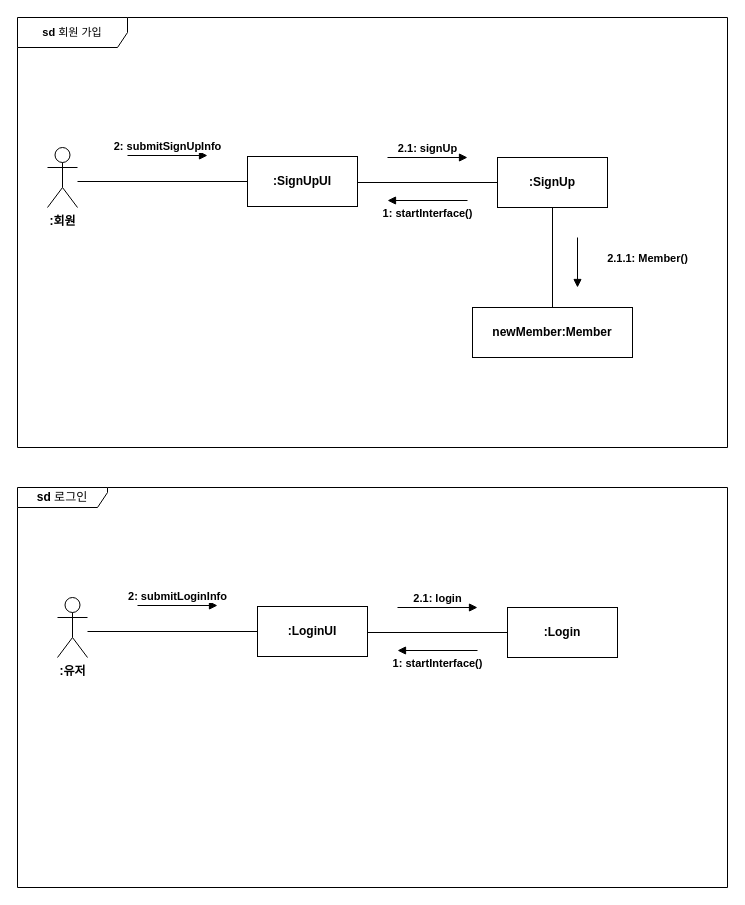
Above: HW2-1/communication diagram.drawio in hoyun06/2025-hongik-se-hw-2 (draw.io), before the change. Source tidied: cells renumbered, new cells numbered last; positions are measured from the earlier drawing's top-left corner, leaving out a move shared by most shapes. Both pictures are drawn from the tidied source at 100%, with x=0, y=0 at pixel (17, 17).
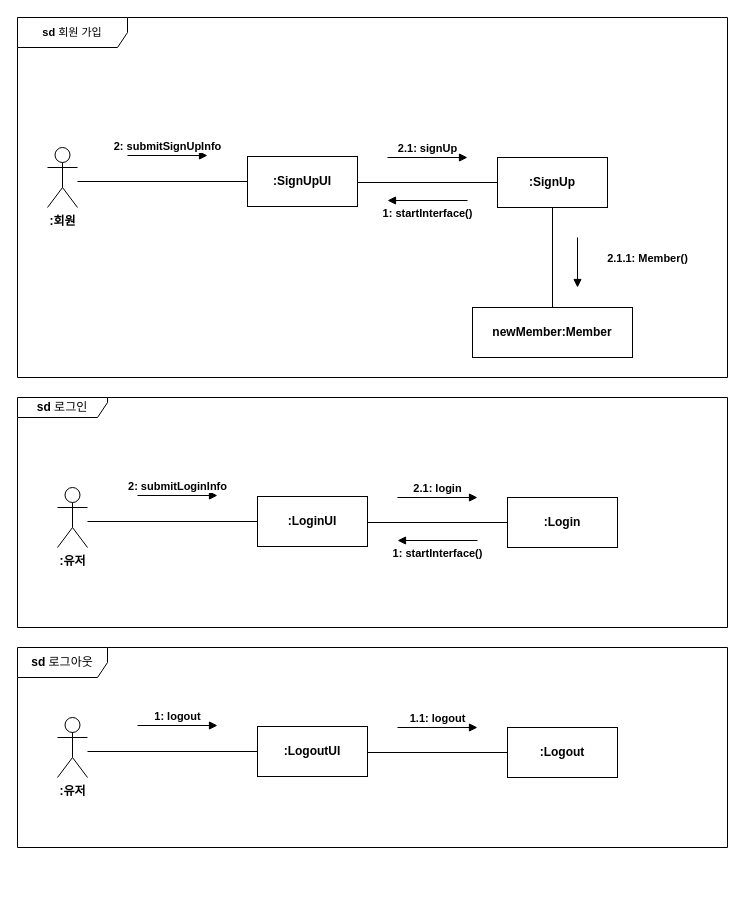
Above is the later version.

Commit message:
[HW2-1] communication diagram에 '로그아웃' 추가

The edit, as a diff of the source:
```diff
@@
     <mxCell id="2" value="&lt;font style=&quot;font-size: 11px;&quot;&gt;&lt;b&gt;sd &lt;/b&gt;&lt;font style=&quot;&quot;&gt;회원 가입&lt;/font&gt;&lt;/font&gt;" style="shape=umlFrame;whiteSpace=wrap;html=1;width=110;height=30;" parent="1" vertex="1">
-      <mxGeometry width="710" height="430" as="geometry" />
+      <mxGeometry width="710" height="360" as="geometry" />
     </mxCell>
@@
     <mxCell id="14" value="&lt;b&gt;sd&lt;/b&gt; 로그인" style="shape=umlFrame;whiteSpace=wrap;html=1;width=90;height=20;" parent="1" vertex="1">
-      <mxGeometry y="470" width="710" height="400" as="geometry" />
+      <mxGeometry y="380" width="710" height="230" as="geometry" />
     </mxCell>
     <mxCell id="15" value="&lt;b&gt;:Login&lt;/b&gt;" style="html=1;whiteSpace=wrap;" parent="1" vertex="1">
-      <mxGeometry x="490" y="590" width="110" height="50" as="geometry" />
+      <mxGeometry x="490" y="480" width="110" height="50" as="geometry" />
     </mxCell>
     <mxCell id="16" value="&lt;b&gt;:LoginUI&lt;/b&gt;" style="html=1;whiteSpace=wrap;" parent="1" vertex="1">
-      <mxGeometry x="240" y="589" width="110" height="50" as="geometry" />
+      <mxGeometry x="240" y="479" width="110" height="50" as="geometry" />
     </mxCell>
     <mxCell id="17" value="&lt;b&gt;:유저&lt;/b&gt;" style="shape=umlActor;verticalLabelPosition=bottom;verticalAlign=top;html=1;" parent="1" vertex="1">
-      <mxGeometry x="40" y="580" width="30" height="60" as="geometry" />
+      <mxGeometry x="40" y="470" width="30" height="60" as="geometry" />
     </mxCell>
     <mxCell id="18" style="line;strokeWidth=1;fillColor=none;align=left;verticalAlign=middle;spacingTop=-1;spacingLeft=3;spacingRight=3;labelPosition=right;strokeColor=inherit;" parent="1" vertex="1">
-      <mxGeometry x="70" y="610" width="170" height="8" as="geometry" />
+      <mxGeometry x="70" y="500" width="170" height="8" as="geometry" />
     </mxCell>
     <mxCell id="19" style="line;strokeWidth=1;fillColor=none;align=left;verticalAlign=middle;spacingTop=-1;spacingLeft=3;spacingRight=3;labelPosition=right;strokeColor=inherit;" parent="1" vertex="1">
-      <mxGeometry x="350" y="611" width="140" height="8" as="geometry" />
+      <mxGeometry x="350" y="501" width="140" height="8" as="geometry" />
     </mxCell>
     <mxCell id="20" value="&lt;b&gt;1: startInterface()&lt;/b&gt;" style="html=1;verticalAlign=bottom;endArrow=block;curved=0;rounded=0;" parent="1" edge="1">
       <mxGeometry y="22" relative="1" as="geometry">
-        <mxPoint x="460" y="633" as="sourcePoint" />
-        <mxPoint x="380" y="633" as="targetPoint" />
+        <mxPoint x="460" y="523" as="sourcePoint" />
+        <mxPoint x="380" y="523" as="targetPoint" />
       </mxGeometry>
     </mxCell>
     <mxCell id="21" value="&lt;b&gt;2: submitLoginInfo&lt;/b&gt;" style="html=1;verticalAlign=bottom;endArrow=block;curved=0;rounded=0;" parent="1" edge="1">
       <mxGeometry relative="1" as="geometry">
-        <mxPoint x="120" y="588" as="sourcePoint" />
-        <mxPoint x="200" y="588" as="targetPoint" />
+        <mxPoint x="120" y="478" as="sourcePoint" />
+        <mxPoint x="200" y="478" as="targetPoint" />
       </mxGeometry>
     </mxCell>
     <mxCell id="22" value="&lt;b&gt;2.1: login&lt;/b&gt;" style="html=1;verticalAlign=bottom;endArrow=block;curved=0;rounded=0;" parent="1" edge="1">
       <mxGeometry relative="1" as="geometry">
-        <mxPoint x="380" y="590" as="sourcePoint" />
-        <mxPoint x="460" y="590" as="targetPoint" />
+        <mxPoint x="380" y="480" as="sourcePoint" />
+        <mxPoint x="460" y="480" as="targetPoint" />
       </mxGeometry>
     </mxCell>
+    <mxCell id="23" value="&lt;b&gt;:Logout&lt;/b&gt;" style="html=1;whiteSpace=wrap;" parent="1" vertex="1">
+      <mxGeometry x="490" y="710" width="110" height="50" as="geometry" />
+    </mxCell>
+    <mxCell id="24" value="&lt;b&gt;:LogoutUI&lt;/b&gt;" style="html=1;whiteSpace=wrap;" parent="1" vertex="1">
+      <mxGeometry x="240" y="709" width="110" height="50" as="geometry" />
+    </mxCell>
+    <mxCell id="25" value="&lt;b&gt;:유저&lt;/b&gt;" style="shape=umlActor;verticalLabelPosition=bottom;verticalAlign=top;html=1;" parent="1" vertex="1">
+      <mxGeometry x="40" y="700" width="30" height="60" as="geometry" />
+    </mxCell>
+    <mxCell id="26" style="line;strokeWidth=1;fillColor=none;align=left;verticalAlign=middle;spacingTop=-1;spacingLeft=3;spacingRight=3;labelPosition=right;strokeColor=inherit;" parent="1" vertex="1">
+      <mxGeometry x="70" y="730" width="170" height="8" as="geometry" />
+    </mxCell>
+    <mxCell id="27" style="line;strokeWidth=1;fillColor=none;align=left;verticalAlign=middle;spacingTop=-1;spacingLeft=3;spacingRight=3;labelPosition=right;strokeColor=inherit;" parent="1" vertex="1">
+      <mxGeometry x="350" y="731" width="140" height="8" as="geometry" />
+    </mxCell>
+    <mxCell id="28" value="&lt;b&gt;1: logout&lt;/b&gt;" style="html=1;verticalAlign=bottom;endArrow=block;curved=0;rounded=0;" parent="1" edge="1">
+      <mxGeometry relative="1" as="geometry">
+        <mxPoint x="120" y="708" as="sourcePoint" />
+        <mxPoint x="200" y="708" as="targetPoint" />
+      </mxGeometry>
+    </mxCell>
+    <mxCell id="29" value="&lt;b&gt;1.1: logout&lt;/b&gt;" style="html=1;verticalAlign=bottom;endArrow=block;curved=0;rounded=0;" parent="1" edge="1">
+      <mxGeometry relative="1" as="geometry">
+        <mxPoint x="380" y="710" as="sourcePoint" />
+        <mxPoint x="460" y="710" as="targetPoint" />
+      </mxGeometry>
+    </mxCell>
+    <mxCell id="30" value="&lt;b&gt;sd &lt;/b&gt;로그아웃" style="shape=umlFrame;whiteSpace=wrap;html=1;width=90;height=30;" parent="1" vertex="1">
+      <mxGeometry y="630" width="710" height="200" as="geometry" />
+    </mxCell>
```
